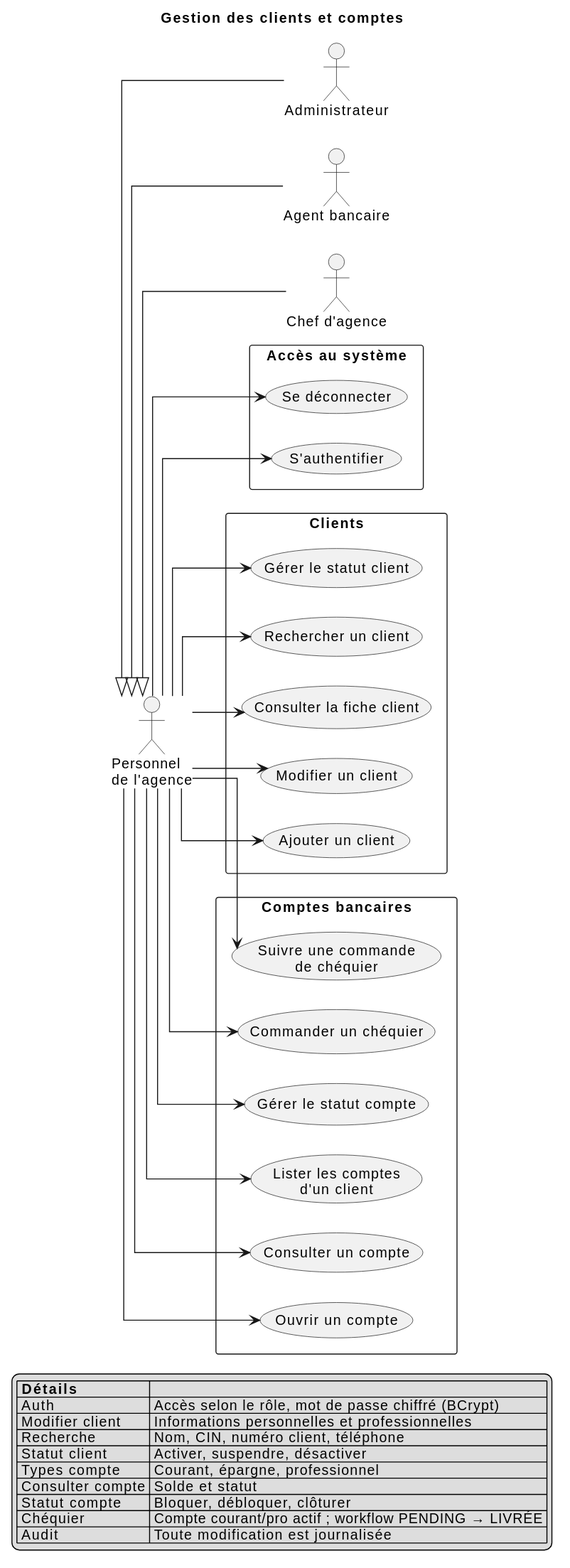
The PlantUML diagram documentation/uml/cas-utilisation/01-clients-comptes.svg in aminabensouda106-gif/banque1, before a commit.
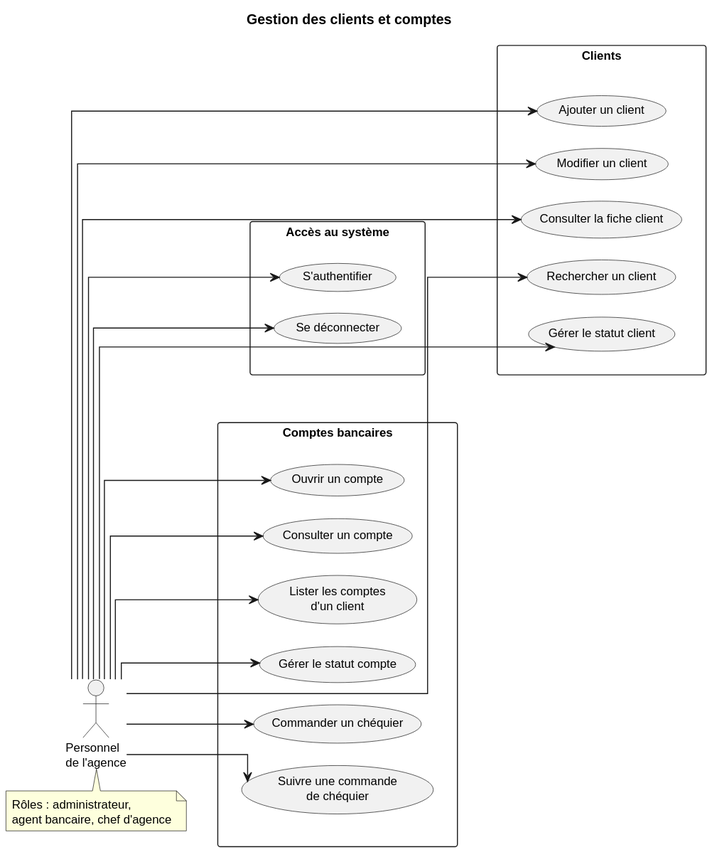
Later version of the same file.

Diff of the diagram source:
```diff
@@ -2,42 +2,43 @@
 left to right direction
 skinparam shadowing false
 skinparam packageStyle rectangle
-skinparam nodesep 30
-skinparam ranksep 40
+skinparam nodesep 22
+skinparam ranksep 28
 skinparam linetype ortho
+skinparam defaultFontSize 12
 
 title Gestion des clients et comptes
 
 actor "Personnel\nde l'agence" as personnel
+note bottom of personnel
+  Rôles : administrateur,
+  agent bancaire, chef d'agence
+end note
 
-actor "Administrateur" as admin
-actor "Agent bancaire" as agent
-actor "Chef d'agence" as chef
-
-admin -up-|> personnel
-agent -up-|> personnel
-chef -up-|> personnel
-
-rectangle "Accès au système" {
-  usecase "S'authentifier" as UC_LOGIN
-  usecase "Se déconnecter" as UC_LOGOUT
-}
-
-rectangle "Clients" {
-  usecase "Ajouter un client" as UC_C_ADD
-  usecase "Modifier un client" as UC_C_EDIT
-  usecase "Consulter la fiche client" as UC_C_VIEW
-  usecase "Rechercher un client" as UC_C_SEARCH
-  usecase "Gérer le statut client" as UC_C_STATUS
-}
-
-rectangle "Comptes bancaires" {
-  usecase "Ouvrir un compte" as UC_A_OPEN
-  usecase "Consulter un compte" as UC_A_VIEW
-  usecase "Lister les comptes\nd'un client" as UC_A_LIST
-  usecase "Gérer le statut compte" as UC_A_STATUS
-  usecase "Commander un chéquier" as UC_CHQ_ORDER
-  usecase "Suivre une commande\nde chéquier" as UC_CHQ_TRACK
+together {
+  together {
+    rectangle "Accès au système" as ACC {
+      usecase "S'authentifier" as UC_LOGIN
+      usecase "Se déconnecter" as UC_LOGOUT
+    }
+    rectangle "Clients" as CLI {
+      usecase "Ajouter un client" as UC_C_ADD
+      usecase "Modifier un client" as UC_C_EDIT
+      usecase "Consulter la fiche client" as UC_C_VIEW
+      usecase "Rechercher un client" as UC_C_SEARCH
+      usecase "Gérer le statut client" as UC_C_STATUS
+    }
+    ACC -[hidden]down- CLI
+  }
+  rectangle "Comptes bancaires" as CPT {
+    usecase "Ouvrir un compte" as UC_A_OPEN
+    usecase "Consulter un compte" as UC_A_VIEW
+    usecase "Lister les comptes\nd'un client" as UC_A_LIST
+    usecase "Gérer le statut compte" as UC_A_STATUS
+    usecase "Commander un chéquier" as UC_CHQ_ORDER
+    usecase "Suivre une commande\nde chéquier" as UC_CHQ_TRACK
+  }
+  ACC -[hidden]right- CPT
 }
 
 personnel --> UC_LOGIN
@@ -53,17 +54,4 @@
 personnel --> UC_A_STATUS
 personnel --> UC_CHQ_ORDER
 personnel --> UC_CHQ_TRACK
-
-legend bottom
-  |= Détails |= |
-  | Auth | Accès selon le rôle, mot de passe chiffré (BCrypt) |
-  | Modifier client | Informations personnelles et professionnelles |
-  | Recherche | Nom, CIN, numéro client, téléphone |
-  | Statut client | Activer, suspendre, désactiver |
-  | Types compte | Courant, épargne, professionnel |
-  | Consulter compte | Solde et statut |
-  | Statut compte | Bloquer, débloquer, clôturer |
-  | Chéquier | Compte courant/pro actif ; workflow PENDING → LIVRÉE |
-  | Audit | Toute modification est journalisée |
-endlegend
 @enduml
```
